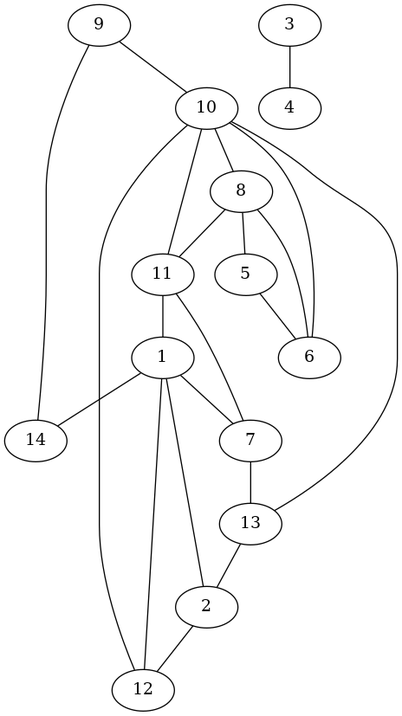
Before: graph.png, a diagram exported from Graphviz (ceciliaromao/dcc059-graph-activity). Its source is kept beside it as graph.dot. The source it was exported from:
```dot
strict graph{
10--8--11--1--14
8--10--6
2--1--7
1--2--12--10
3--4
4--3
6--8--5
9--14
14--9--10
12--1
11--10--13
7--13--2
13--7--11
5--6
}
```
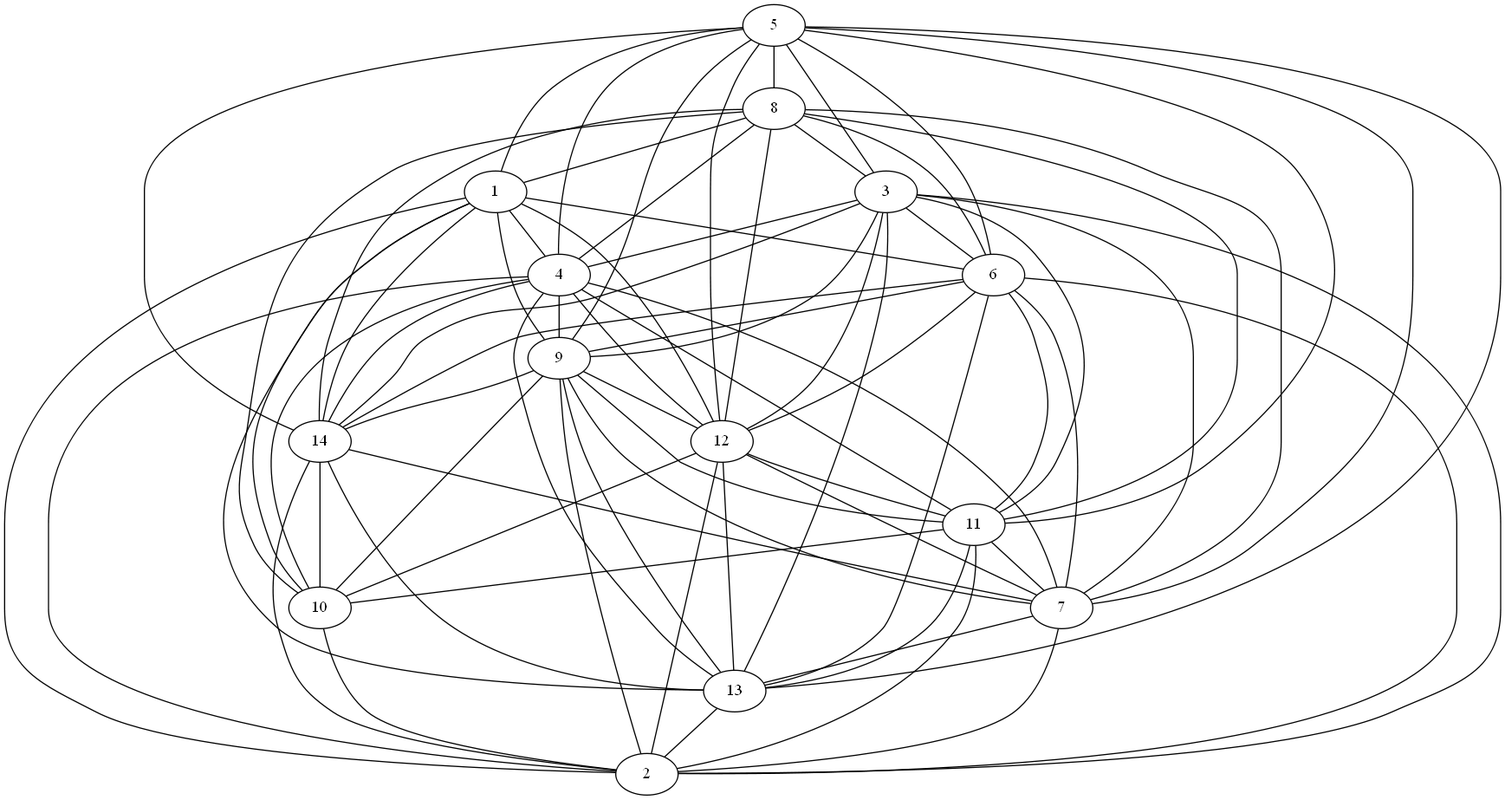
Later version of the same file.

Change to the diagram source:
```diff
@@ -1,16 +1,182 @@
 strict graph{
-10--8--11--1--14
-8--10--6
-2--1--7
-1--2--12--10
+5--15
+5--1
+5--3
+5--4
+5--6
+5--8
+5--9
+5--14
+5--12
+5--11
+5--7
+5--13
+15--5
+15--10
+15--3
+15--4
+15--6
+15--8
+15--9
+15--14
+15--12
+15--11
+15--7
+15--13
+15--2
+1--5
+1--10
+1--4
+1--6
+1--8
+1--9
+1--14
+1--12
+1--13
+1--2
+3--5
+3--15
 3--4
+3--6
+3--8
+3--9
+3--14
+3--12
+3--11
+3--7
+3--13
+3--2
+4--5
+4--10
+4--15
+4--1
 4--3
-6--8--5
+4--8
+4--9
+4--14
+4--12
+4--11
+4--7
+4--13
+4--2
+6--5
+6--15
+6--1
+6--3
+6--8
+6--9
+6--14
+6--12
+6--11
+6--7
+6--13
+6--2
+8--5
+8--10
+8--15
+8--1
+8--3
+8--4
+8--6
+8--14
+8--12
+8--11
+8--7
+8--2
+9--5
+9--10
+9--15
+9--1
+9--3
+9--4
+9--6
 9--14
-14--9--10
+9--12
+9--11
+9--7
+9--13
+9--2
+14--5
+14--10
+14--15
+14--1
+14--3
+14--4
+14--6
+14--8
+14--9
+14--7
+14--13
+14--2
+12--5
+12--10
+12--15
 12--1
-11--10--13
-7--13--2
-13--7--11
-5--6
+12--3
+12--4
+12--6
+12--8
+12--9
+12--11
+12--7
+12--13
+12--2
+11--5
+11--10
+11--15
+11--3
+11--4
+11--6
+11--8
+11--9
+11--12
+11--7
+11--13
+11--2
+7--5
+7--15
+7--3
+7--4
+7--6
+7--8
+7--9
+7--14
+7--12
+7--11
+7--13
+7--2
+13--5
+13--15
+13--1
+13--3
+13--4
+13--6
+13--9
+13--14
+13--12
+13--11
+13--7
+13--2
+10--15
+10--1
+10--4
+10--8
+10--9
+10--14
+10--12
+10--11
+10--2
+2--10
+2--15
+2--1
+2--3
+2--4
+2--6
+2--8
+2--9
+2--14
+2--12
+2--11
+2--7
+2--13
 }
```
